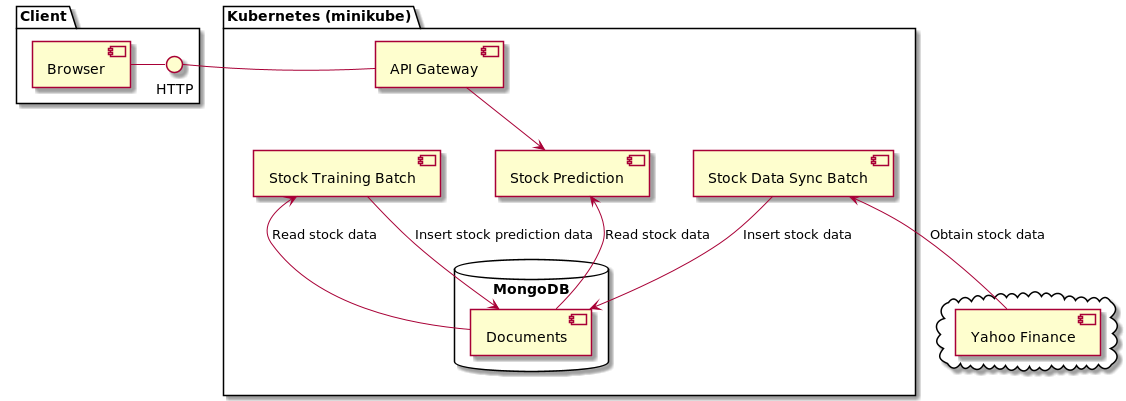
Before: docs/img/architecture.png, a diagram exported from PlantUML (sungoh5/stock_prediction).
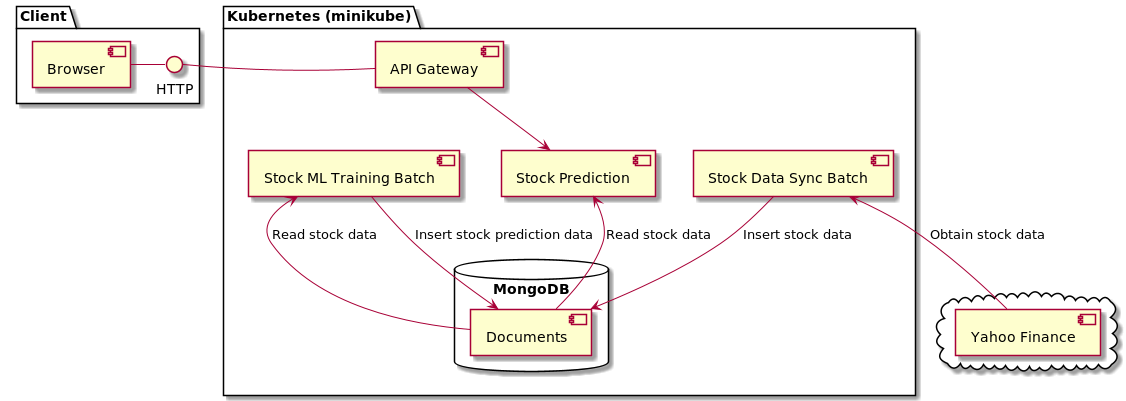
Later version of the same file.

Commit message:
Update the architecture section on README.md

The edit, as a diff of the source:
```diff
@@ -7,7 +7,7 @@
   HTTP - [API Gateway]
   [Stock Prediction]
   [Stock Data Sync Batch]
-  [Stock Training Batch]
+  [Stock ML Training Batch]
 
   database "MongoDB" {
       [Documents]
@@ -25,6 +25,6 @@
 [Stock Data Sync Batch] --> [Documents] : Insert stock data
 [Stock Data Sync Batch] <-- [Yahoo Finance]: Obtain stock data
 
-[Stock Training Batch] <-- [Documents] : Read stock data
-[Stock Training Batch] --> [Documents] : Insert stock prediction data
+[Stock ML Training Batch] <-- [Documents] : Read stock data
+[Stock ML Training Batch] --> [Documents] : Insert stock prediction data
 @enduml
```
